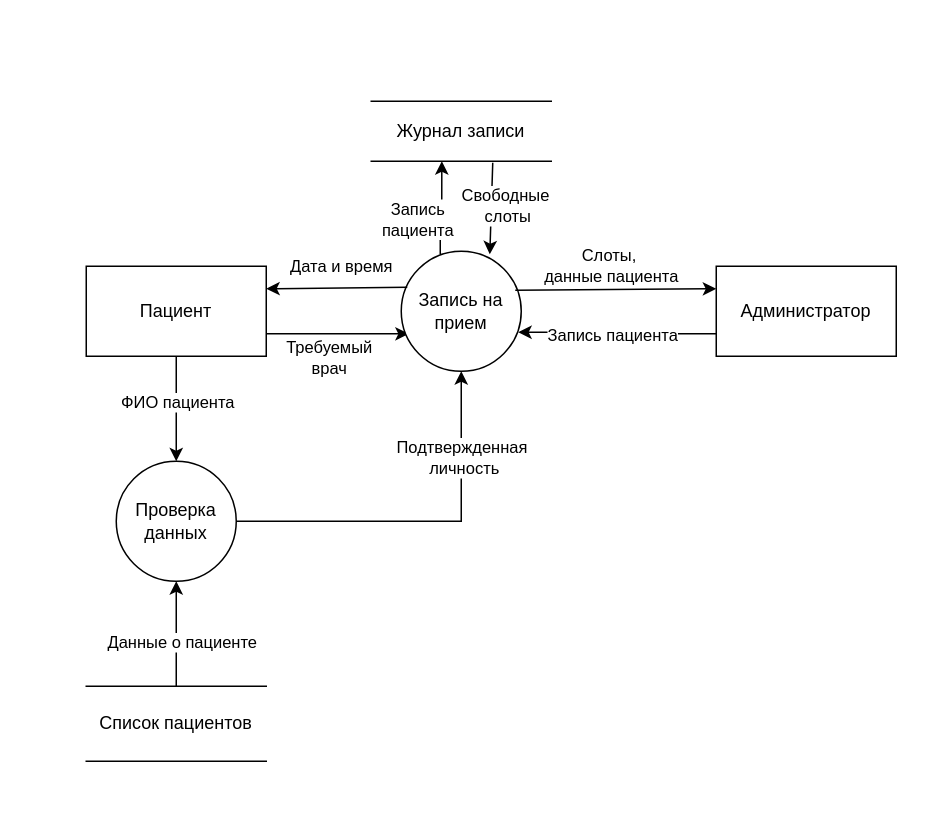
mikhel1984/architecture-medikamente keeps this draw.io diagram as Task1/dfd-appointment.drawio. Above is the earlier version. Source tidied: cells renumbered, new cells numbered last; positions are measured from the earlier drawing's top-left corner, leaving out a move shared by most shapes. Both pictures are drawn from the tidied source at 150%, with x=0, y=0 at pixel (86, 100).
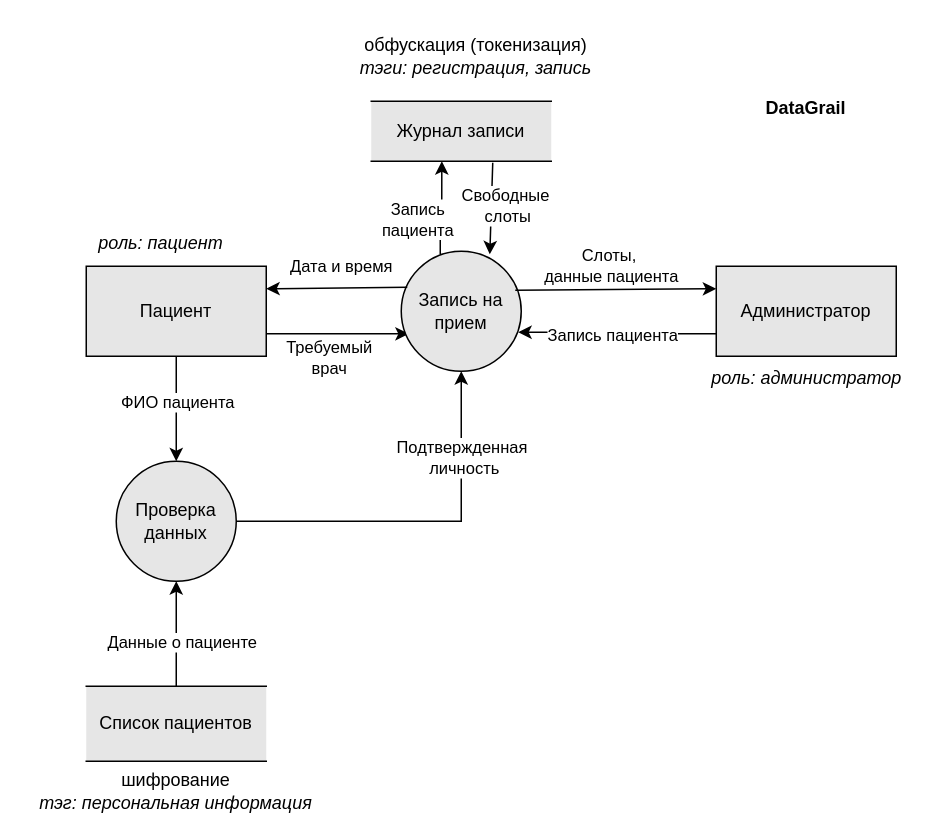
The same diagram, later.

What changed in the source:
```diff
@@
-    <mxCell id="6" value="Пациент" style="rounded=0;whiteSpace=wrap;html=1;" parent="1" vertex="1">
+    <mxCell id="6" value="Пациент" style="rounded=0;whiteSpace=wrap;html=1;fillColor=#E6E6E6;" parent="1" vertex="1">
       <mxGeometry y="110" width="120" height="60" as="geometry" />
     </mxCell>
@@
-    <mxCell id="9" value="Запись на прием" style="ellipse;whiteSpace=wrap;html=1;" parent="1" vertex="1">
+    <mxCell id="9" value="Запись на прием" style="ellipse;whiteSpace=wrap;html=1;fillColor=#E6E6E6;" parent="1" vertex="1">
       <mxGeometry x="210" y="100" width="80" height="80" as="geometry" />
     </mxCell>
-    <mxCell id="10" value="Администратор" style="rounded=0;whiteSpace=wrap;html=1;" parent="1" vertex="1">
+    <mxCell id="10" value="Администратор" style="rounded=0;whiteSpace=wrap;html=1;fillColor=#E6E6E6;" parent="1" vertex="1">
       <mxGeometry x="420" y="110" width="120" height="60" as="geometry" />
     </mxCell>
@@
-    <mxCell id="13" value="Проверка данных" style="ellipse;whiteSpace=wrap;html=1;" parent="1" vertex="1">
+    <mxCell id="13" value="Проверка данных" style="ellipse;whiteSpace=wrap;html=1;fillColor=#E6E6E6;" parent="1" vertex="1">
       <mxGeometry x="20" y="240" width="80" height="80" as="geometry" />
     </mxCell>
@@
-    <mxCell id="16" value="Список пациентов" style="shape=partialRectangle;whiteSpace=wrap;html=1;left=0;right=0;fillColor=none;" parent="1" vertex="1">
+    <mxCell id="16" value="Список пациентов" style="shape=partialRectangle;whiteSpace=wrap;html=1;left=0;right=0;fillColor=#E6E6E6;strokeColor=#000000;" parent="1" vertex="1">
       <mxGeometry y="390" width="120" height="50" as="geometry" />
     </mxCell>
@@
-    <mxCell id="19" value="Журнал записи" style="shape=partialRectangle;whiteSpace=wrap;html=1;left=0;right=0;fillColor=none;" parent="1" vertex="1">
+    <mxCell id="19" value="Журнал записи" style="shape=partialRectangle;whiteSpace=wrap;html=1;left=0;right=0;fillColor=#E6E6E6;strokeColor=#000000;" parent="1" vertex="1">
       <mxGeometry x="190" width="120" height="40" as="geometry" />
     </mxCell>
@@
+    <mxCell id="26" value="&lt;i&gt;роль: администратор&lt;/i&gt;" style="text;html=1;whiteSpace=wrap;strokeColor=none;fillColor=none;align=center;verticalAlign=middle;rounded=0;" parent="1" vertex="1">
+      <mxGeometry x="412.5" y="170" width="135" height="30" as="geometry" />
+    </mxCell>
+    <mxCell id="27" value="&lt;i&gt;роль: пациент&lt;/i&gt;" style="text;html=1;whiteSpace=wrap;strokeColor=none;fillColor=none;align=center;verticalAlign=middle;rounded=0;" parent="1" vertex="1">
+      <mxGeometry y="80" width="100" height="30" as="geometry" />
+    </mxCell>
+    <mxCell id="28" value="шифрование&lt;div&gt;&lt;i&gt;тэг: персональная информация&lt;/i&gt;&lt;/div&gt;" style="text;html=1;whiteSpace=wrap;strokeColor=none;fillColor=none;align=center;verticalAlign=middle;rounded=0;" parent="1" vertex="1">
+      <mxGeometry x="-40" y="445" width="200" height="30" as="geometry" />
+    </mxCell>
+    <mxCell id="29" value="обфускация (токенизация)&lt;div&gt;&lt;i&gt;тэги: регистрация, запись&lt;/i&gt;&lt;/div&gt;" style="text;html=1;whiteSpace=wrap;strokeColor=none;fillColor=none;align=center;verticalAlign=middle;rounded=0;" parent="1" vertex="1">
+      <mxGeometry x="140" y="-50" width="240" height="40" as="geometry" />
+    </mxCell>
+    <mxCell id="30" value="&lt;b&gt;DataGrail&lt;/b&gt;" style="text;html=1;whiteSpace=wrap;strokeColor=none;fillColor=none;align=center;verticalAlign=middle;rounded=0;" parent="1" vertex="1">
+      <mxGeometry x="450" y="-10" width="60" height="30" as="geometry" />
+    </mxCell>
```
